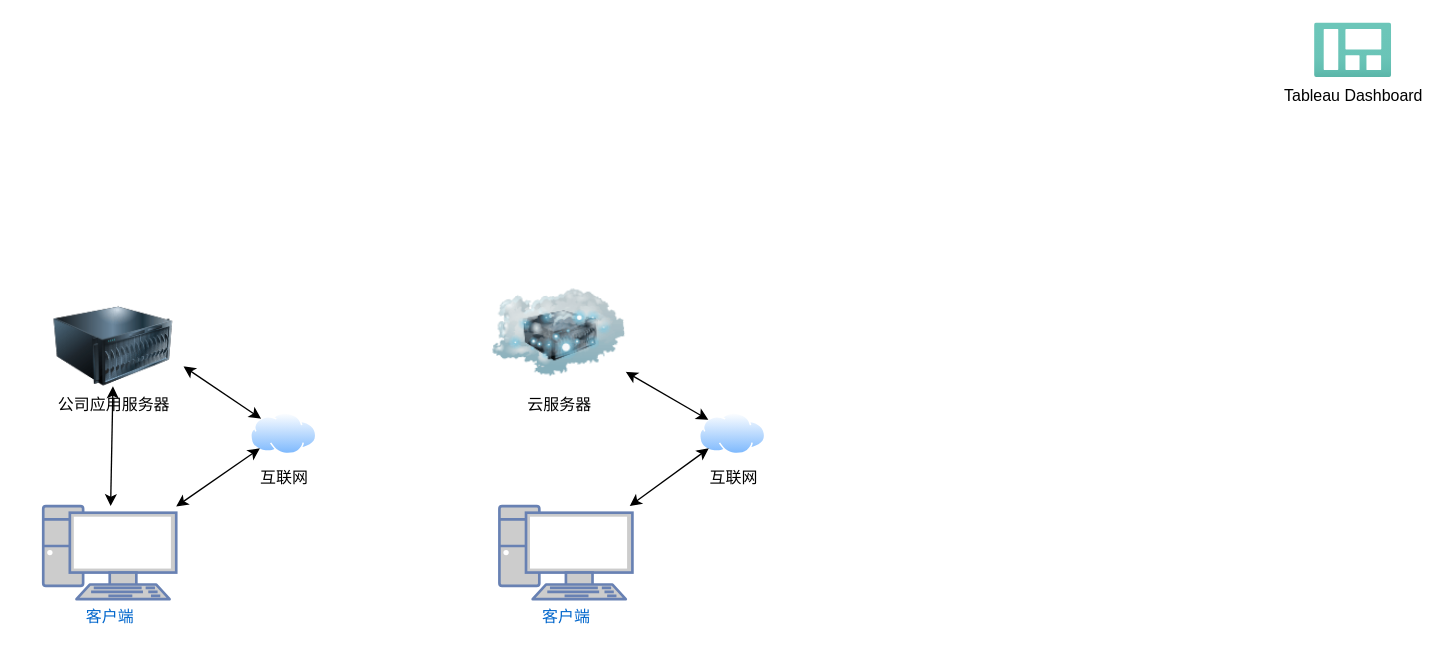
Before: aws-training.drawio in lsj188/myPlugin, a draw.io diagram. Source tidied: cells renumbered, new cells numbered last; positions are measured from the earlier drawing's top-left corner, leaving out a move shared by most shapes. Both pictures are drawn from the tidied source at 133%, with x=0, y=0 at pixel (43, 23).
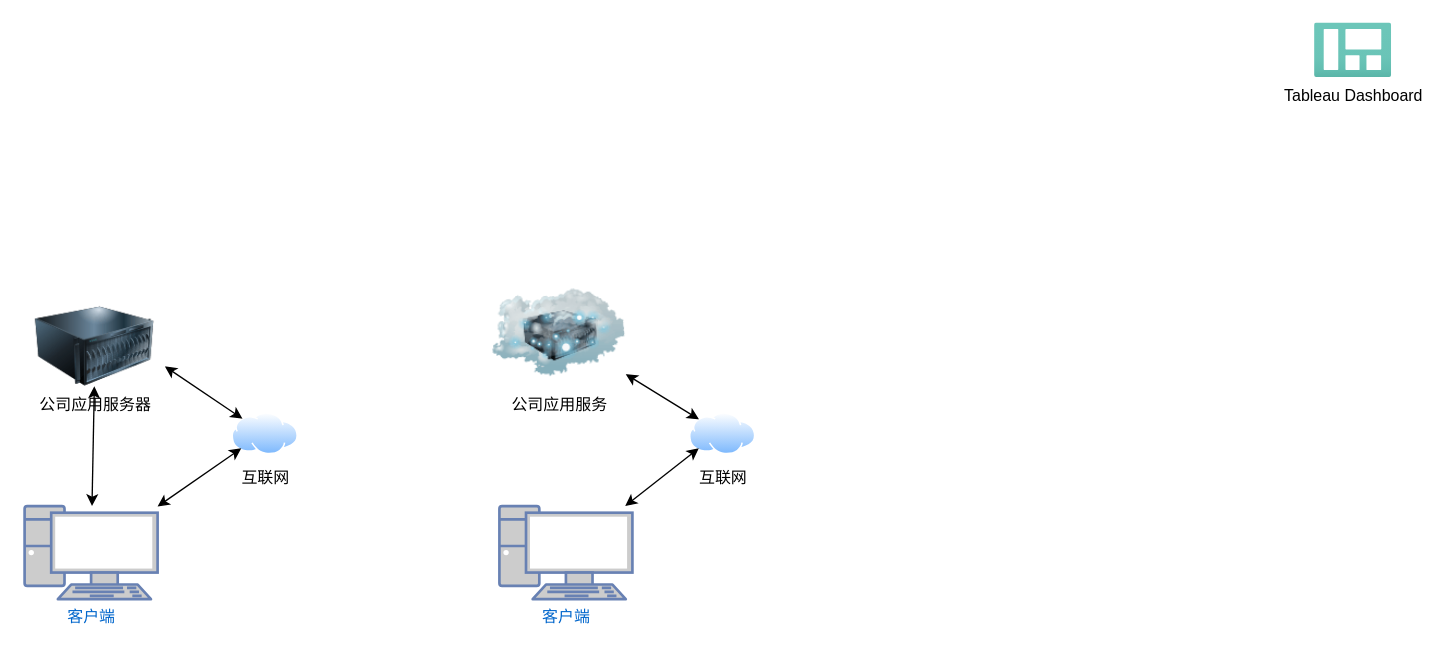
After the change.

Change to the diagram source:
```diff
@@
 <mxGraphModel>
   <root>
     <mxCell id="0" />
     <mxCell id="1" parent="0" />
     <mxCell id="2" value="Tableau Dashboard" style="html=1;align=center;image;fontSize=12;image=img/lib/azure2/general/Dashboard.svg;" parent="1" vertex="1">
       <mxGeometry x="956" width="58" height="40.9" as="geometry" />
     </mxCell>
-    <mxCell id="3" value="云服务器" style="image;html=1;image=img/lib/clip_art/networking/Cloud_Server_128x128.png;" parent="1" vertex="1">
+    <mxCell id="3" value="公司应用服务" style="image;html=1;image=img/lib/clip_art/networking/Cloud_Server_128x128.png;" parent="1" vertex="1">
       <mxGeometry x="338" y="193" width="100" height="80" as="geometry" />
     </mxCell>
     <mxCell id="4" value="互联网" style="perimeter=ellipsePerimeter;html=1;align=center;shadow=0;dashed=0;spacingTop=3;image;image=img/lib/active_directory/internet_cloud.svg;" parent="1" vertex="1">
-      <mxGeometry x="156" y="293" width="50" height="31.5" as="geometry" />
+      <mxGeometry x="142" y="293" width="50" height="31.5" as="geometry" />
     </mxCell>
     <mxCell id="5" value="公司应用服务器" style="image;html=1;image=img/lib/clip_art/computers/Server_128x128.png;" parent="1" vertex="1">
-      <mxGeometry x="0.5" y="213" width="105" height="60" as="geometry" />
+      <mxGeometry x="-13.5" y="213" width="105" height="60" as="geometry" />
     </mxCell>
     <mxCell id="6" value="客户端" style="fontColor=#0066CC;verticalAlign=top;verticalLabelPosition=bottom;labelPosition=center;align=center;html=1;outlineConnect=0;fillColor=#CCCCCC;strokeColor=#6881B3;gradientColor=none;gradientDirection=north;strokeWidth=2;shape=mxgraph.networks.pc;" parent="1" vertex="1">
-      <mxGeometry y="363" width="100" height="70" as="geometry" />
+      <mxGeometry x="-14" y="363" width="100" height="70" as="geometry" />
     </mxCell>
     <mxCell id="7" style="endArrow=classic;startArrow=classic;html=1;rounded=0;" parent="1" edge="1" source="6" target="5">
       <mxGeometry relative="1" as="geometry" />
     </mxCell>
     <mxCell id="8" style="endArrow=classic;startArrow=classic;html=1;rounded=0;exitX=1;exitY=0.75;exitDx=0;exitDy=0;" parent="1" edge="1" source="5" target="4">
       <mxGeometry relative="1" as="geometry" />
     </mxCell>
     <mxCell id="9" style="endArrow=classic;startArrow=classic;html=1;rounded=0;entryX=0;entryY=1;entryDx=0;entryDy=0;" parent="1" edge="1" source="6" target="4">
       <mxGeometry relative="1" as="geometry" />
     </mxCell>
     <mxCell id="10" value="互联网" style="perimeter=ellipsePerimeter;html=1;align=center;shadow=0;dashed=0;spacingTop=3;image;image=img/lib/active_directory/internet_cloud.svg;" parent="1" vertex="1">
-      <mxGeometry x="493.5" y="293" width="50" height="31.5" as="geometry" />
+      <mxGeometry x="486" y="293" width="50" height="31.5" as="geometry" />
     </mxCell>
     <mxCell id="11" value="客户端" style="fontColor=#0066CC;verticalAlign=top;verticalLabelPosition=bottom;labelPosition=center;align=center;html=1;outlineConnect=0;fillColor=#CCCCCC;strokeColor=#6881B3;gradientColor=none;gradientDirection=north;strokeWidth=2;shape=mxgraph.networks.pc;" parent="1" vertex="1">
       <mxGeometry x="343" y="363" width="100" height="70" as="geometry" />
     </mxCell>
     <mxCell id="12" style="endArrow=classic;startArrow=classic;html=1;rounded=0;" parent="1" edge="1" source="3" target="10">
       <mxGeometry relative="1" as="geometry" />
     </mxCell>
     <mxCell id="13" style="endArrow=classic;startArrow=classic;html=1;rounded=0;exitX=0;exitY=1;exitDx=0;exitDy=0;" parent="1" edge="1" source="10" target="11">
       <mxGeometry relative="1" as="geometry" />
     </mxCell>
   </root>
 </mxGraphModel>
```
